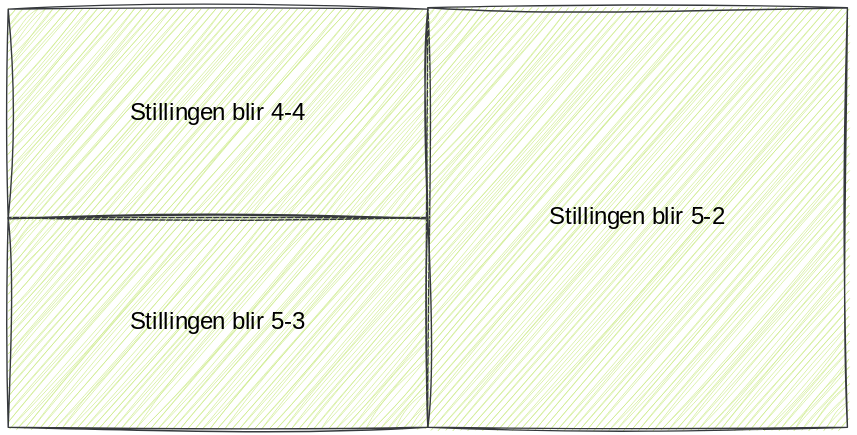
The draw.io diagram img/sannsyn/sannsynmyntv2.drawio.svg in Andremartiny/MA-173, before a commit. Source tidied: cells renumbered, new cells last; positions are measured from the earlier drawing's top-left corner, leaving out a move shared by most shapes. Source of this version:
```xml
<mxGraphModel>
  <root>
    <mxCell id="0" />
    <mxCell id="1" parent="0" />
    <mxCell id="2" value="Stillingen blir 5-2" style="whiteSpace=wrap;html=1;sketch=1;hachureGap=4;jiggle=2;curveFitting=1;fillColor=#cdeb8b;strokeColor=#36393d;fontFamily=Handlee;fontSource=https%3A%2F%2Ffonts.googleapis.com%2Fcss%3Ffamily%3DHandlee;fontSize=17;" parent="1" vertex="1">
      <mxGeometry x="300" width="300" height="300" as="geometry" />
    </mxCell>
    <mxCell id="3" value="Stillingen blir 5-3" style="rounded=0;whiteSpace=wrap;html=1;sketch=1;hachureGap=4;jiggle=2;curveFitting=1;fillColor=#cdeb8b;strokeColor=#36393d;fontFamily=Handlee;fontSource=https%3A%2F%2Ffonts.googleapis.com%2Fcss%3Ffamily%3DHandlee;fontSize=17;" parent="1" vertex="1">
      <mxGeometry y="150" width="300" height="150" as="geometry" />
    </mxCell>
    <mxCell id="4" value="Stillingen blir 4-4" style="rounded=0;whiteSpace=wrap;html=1;sketch=1;hachureGap=4;jiggle=2;curveFitting=1;fillColor=#cdeb8b;strokeColor=#36393d;fontFamily=Handlee;fontSource=https%3A%2F%2Ffonts.googleapis.com%2Fcss%3Ffamily%3DHandlee;fontSize=17;" parent="1" vertex="1">
      <mxGeometry y="1" width="300" height="150" as="geometry" />
    </mxCell>
  </root>
</mxGraphModel>
```
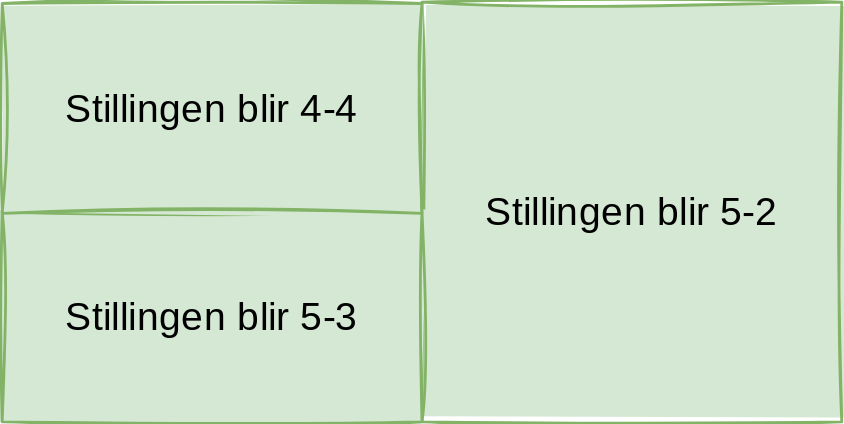
Above is the later version.

Change to the diagram source:
```diff
@@ -2,13 +2,13 @@
   <root>
     <mxCell id="0" />
     <mxCell id="1" parent="0" />
-    <mxCell id="2" value="Stillingen blir 5-2" style="whiteSpace=wrap;html=1;sketch=1;hachureGap=4;jiggle=2;curveFitting=1;fillColor=#cdeb8b;strokeColor=#36393d;fontFamily=Handlee;fontSource=https%3A%2F%2Ffonts.googleapis.com%2Fcss%3Ffamily%3DHandlee;fontSize=17;" parent="1" vertex="1">
+    <mxCell id="2" value="Stillingen blir 5-2" style="whiteSpace=wrap;html=1;sketch=1;hachureGap=4;jiggle=2;curveFitting=1;fillColor=#d5e8d4;strokeColor=#82b366;fontFamily=Handlee;fontSource=https%3A%2F%2Ffonts.googleapis.com%2Fcss%3Ffamily%3DHandlee;fontSize=28;fillStyle=solid;strokeWidth=2;perimeterSpacing=1;" parent="1" vertex="1">
       <mxGeometry x="300" width="300" height="300" as="geometry" />
     </mxCell>
-    <mxCell id="3" value="Stillingen blir 5-3" style="rounded=0;whiteSpace=wrap;html=1;sketch=1;hachureGap=4;jiggle=2;curveFitting=1;fillColor=#cdeb8b;strokeColor=#36393d;fontFamily=Handlee;fontSource=https%3A%2F%2Ffonts.googleapis.com%2Fcss%3Ffamily%3DHandlee;fontSize=17;" parent="1" vertex="1">
+    <mxCell id="3" value="Stillingen blir 5-3" style="rounded=0;whiteSpace=wrap;html=1;sketch=1;hachureGap=4;jiggle=2;curveFitting=1;fillColor=#d5e8d4;strokeColor=#82b366;fontFamily=Handlee;fontSource=https%3A%2F%2Ffonts.googleapis.com%2Fcss%3Ffamily%3DHandlee;fontSize=28;fillStyle=solid;strokeWidth=2;perimeterSpacing=1;" parent="1" vertex="1">
       <mxGeometry y="150" width="300" height="150" as="geometry" />
     </mxCell>
-    <mxCell id="4" value="Stillingen blir 4-4" style="rounded=0;whiteSpace=wrap;html=1;sketch=1;hachureGap=4;jiggle=2;curveFitting=1;fillColor=#cdeb8b;strokeColor=#36393d;fontFamily=Handlee;fontSource=https%3A%2F%2Ffonts.googleapis.com%2Fcss%3Ffamily%3DHandlee;fontSize=17;" parent="1" vertex="1">
+    <mxCell id="4" value="Stillingen blir 4-4" style="rounded=0;whiteSpace=wrap;html=1;sketch=1;hachureGap=4;jiggle=2;curveFitting=1;fillColor=#d5e8d4;strokeColor=#82b366;fontFamily=Handlee;fontSource=https%3A%2F%2Ffonts.googleapis.com%2Fcss%3Ffamily%3DHandlee;fontSize=28;fillStyle=solid;strokeWidth=2;perimeterSpacing=1;" parent="1" vertex="1">
       <mxGeometry y="1" width="300" height="150" as="geometry" />
     </mxCell>
   </root>
```
